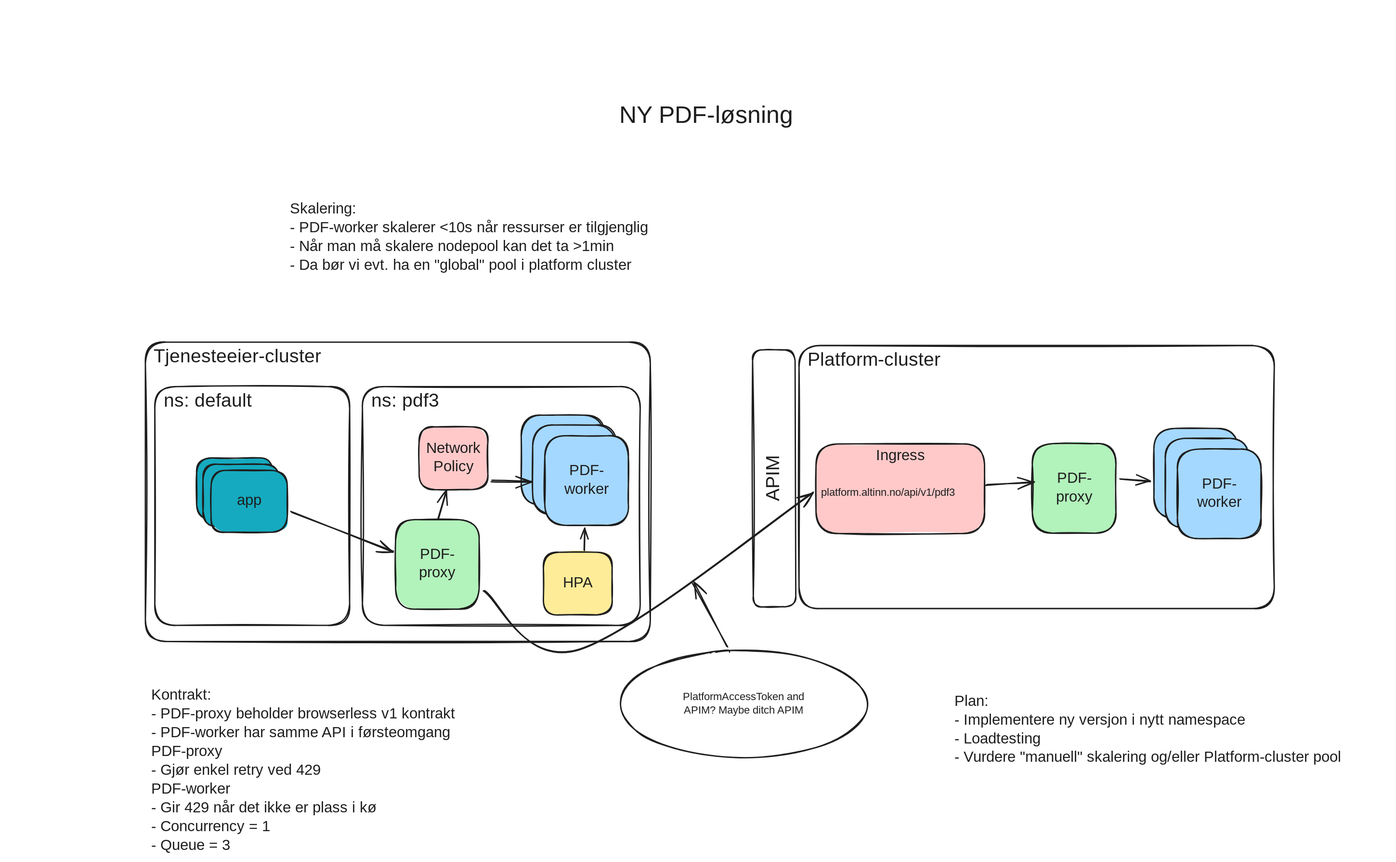
Above: docs/diagrams/new-pdf.excalidraw.svg in Altinn/altinn-studio (Excalidraw), before the change. Source tidied: one line per element, renumbered; positions are measured from the earlier drawing's top-left corner, leaving out a move shared by most shapes.
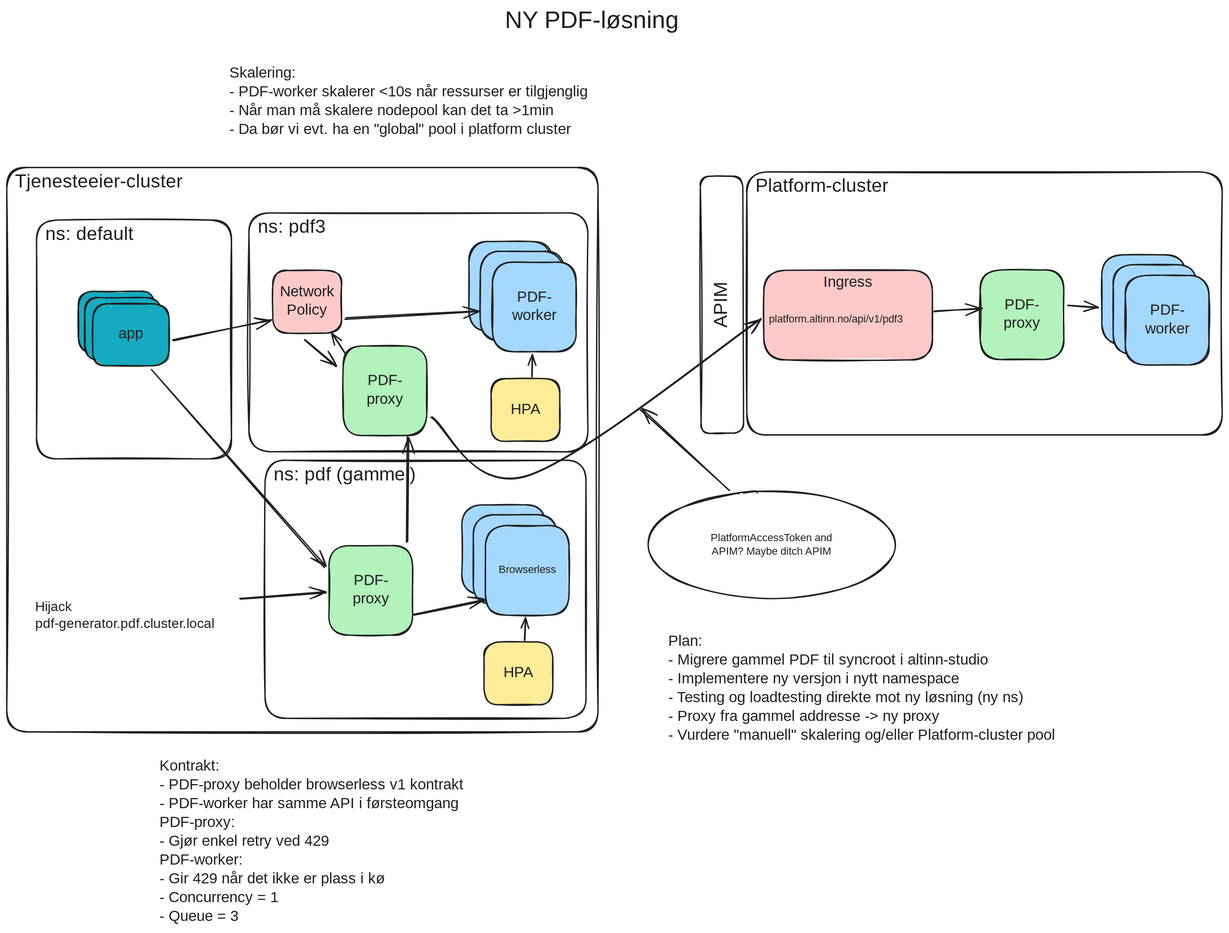
The same diagram one commit later.

Commit message:
simple scaffold based on experiment, update diagram

Change to the diagram source:
```diff
@@ -1,10 +1,10 @@
-{"id": 0, "type": "rectangle", "strokeColor": "#1e1e1e", "strokeWidth": 2, "roughness": 1, "round": true, "x": 0, "y": 357, "width": 749, "height": 444}
+{"id": 0, "type": "rectangle", "strokeColor": "#1e1e1e", "strokeWidth": 2, "roughness": 1, "round": true, "x": -128, "y": 356, "width": 877, "height": 837}
-{"id": 1, "type": "text", "text": " Tjenesteeier-cluster", "strokeColor": "#1e1e1e", "strokeWidth": 2, "roughness": 1, "fontSize": 28, "fontFamily": 5, "inside": 0, "x": 5, "y": 362, "width": 288, "height": 35}
+{"id": 1, "type": "text", "text": " Tjenesteeier-cluster", "strokeColor": "#1e1e1e", "strokeWidth": 2, "roughness": 1, "fontSize": 28, "fontFamily": 5, "inside": 0, "x": -123, "y": 361, "width": 288, "height": 35}
-{"id": 2, "type": "rectangle", "strokeColor": "#1e1e1e", "strokeWidth": 2, "roughness": 1, "round": true, "x": 322, "y": 423, "width": 412, "height": 354}
+{"id": 2, "type": "rectangle", "strokeColor": "#1e1e1e", "strokeWidth": 2, "roughness": 1, "round": true, "x": 231, "y": 423, "width": 503, "height": 354}
-{"id": 3, "type": "text", "text": " ns: pdf3", "strokeColor": "#1e1e1e", "strokeWidth": 2, "roughness": 1, "fontSize": 28, "fontFamily": 5, "inside": 2, "x": 327, "y": 428, "width": 123, "height": 35}
+{"id": 3, "type": "text", "text": " ns: pdf3", "strokeColor": "#1e1e1e", "strokeWidth": 2, "roughness": 1, "fontSize": 28, "fontFamily": 5, "inside": 2, "x": 236, "y": 428, "width": 123, "height": 35}
 {"id": 4, "type": "rectangle", "strokeColor": "#1e1e1e", "strokeWidth": 2, "roughness": 1, "round": true, "x": 970, "y": 362, "width": 705, "height": 390}
 {"id": 5, "type": "text", "text": " Platform-cluster", "strokeColor": "#1e1e1e", "strokeWidth": 2, "roughness": 1, "fontSize": 28, "fontFamily": 5, "inside": 4, "x": 975, "y": 367, "width": 234, "height": 35}
-{"id": 6, "type": "text", "text": "NY PDF-løsning", "strokeColor": "#1e1e1e", "strokeWidth": 2, "roughness": 1, "fontSize": 36, "fontFamily": 5, "x": 703, "y": 0, "width": 266, "height": 45}
+{"id": 6, "type": "text", "text": "NY PDF-løsning", "strokeColor": "#1e1e1e", "strokeWidth": 2, "roughness": 1, "fontSize": 36, "fontFamily": 5, "x": 611, "y": 117, "width": 266, "height": 45}
 {"id": 7, "type": "rectangle", "strokeColor": "#1e1e1e", "angle": 4.71, "strokeWidth": 2, "roughness": 1, "round": true, "x": 742, "y": 528, "width": 381, "height": 63}
 {"id": 8, "type": "text", "text": "APIM", "strokeColor": "#1e1e1e", "angle": 4.71, "strokeWidth": 2, "roughness": 1, "fontSize": 28, "fontFamily": 5, "textAlign": "center", "verticalAlign": "middle", "inside": 7, "x": 895, "y": 542, "width": 75, "height": 35}
 {"id": 9, "type": "rectangle", "strokeColor": "#1e1e1e", "backgroundColor": "#a5d8ff", "fillStyle": "solid", "strokeWidth": 2, "roughness": 1, "round": true, "x": 1496, "y": 485, "width": 124, "height": 133}
@@ -21,33 +21,52 @@
 {"id": 20, "type": "text", "text": "PDF-\nworker", "strokeColor": "#1e1e1e", "strokeWidth": 2, "roughness": 1, "fontSize": 22.01, "fontFamily": 5, "textAlign": "center", "verticalAlign": "middle", "inside": 19, "x": 601, "y": 519, "width": 70, "height": 55}
 {"id": 21, "type": "rectangle", "strokeColor": "#1e1e1e", "backgroundColor": "#a5d8ff", "fillStyle": "solid", "strokeWidth": 2, "roughness": 1, "round": true, "x": 592, "y": 496, "width": 124, "height": 133}
 {"id": 22, "type": "text", "text": "PDF-\nworker", "strokeColor": "#1e1e1e", "strokeWidth": 2, "roughness": 1, "fontSize": 22.01, "fontFamily": 5, "textAlign": "center", "verticalAlign": "middle", "inside": 21, "x": 619, "y": 535, "width": 70, "height": 55}
-{"id": 23, "type": "rectangle", "strokeColor": "#1e1e1e", "backgroundColor": "#ffc9c9", "fillStyle": "solid", "strokeWidth": 2, "roughness": 1, "round": true, "x": 406, "y": 483, "width": 102, "height": 93}
+{"id": 23, "type": "rectangle", "strokeColor": "#1e1e1e", "backgroundColor": "#ffc9c9", "fillStyle": "solid", "strokeWidth": 2, "roughness": 1, "round": true, "x": 267, "y": 508, "width": 102, "height": 93}
-{"id": 24, "type": "text", "text": "Network\nPolicy", "strokeColor": "#1e1e1e", "strokeWidth": 2, "roughness": 1, "fontSize": 22.01, "fontFamily": 5, "textAlign": "center", "verticalAlign": "middle", "inside": 23, "x": 414, "y": 502, "width": 87, "height": 55}
+{"id": 24, "type": "text", "text": "Network\nPolicy", "strokeColor": "#1e1e1e", "strokeWidth": 2, "roughness": 1, "fontSize": 22.01, "fontFamily": 5, "textAlign": "center", "verticalAlign": "middle", "inside": 23, "x": 274, "y": 527, "width": 87, "height": 55}
-{"id": 25, "type": "arrow", "strokeColor": "#1e1e1e", "backgroundColor": "#ffc9c9", "fillStyle": "solid", "strokeWidth": 2, "roughness": 1, "endArrowhead": "arrow", "round": true, "from": 15, "to": 23, "x": 435, "y": 619, "width": 13, "height": 43, "points": [[0, 0], [13, -43]]}
+{"id": 25, "type": "arrow", "strokeColor": "#1e1e1e", "backgroundColor": "#ffc9c9", "fillStyle": "solid", "strokeWidth": 2, "roughness": 1, "endArrowhead": "arrow", "round": true, "from": 15, "to": 23, "x": 375, "y": 632, "width": 20, "height": 30, "points": [[0, 0], [-20, -30]]}
-{"id": 26, "type": "arrow", "strokeColor": "#1e1e1e", "backgroundColor": "#ffc9c9", "fillStyle": "solid", "strokeWidth": 2, "roughness": 1, "endArrowhead": "arrow", "round": true, "from": 23, "to": 21, "x": 514, "y": 562, "width": 60, "height": 2, "points": [[0, 0], [60, 2]]}
+{"id": 26, "type": "arrow", "strokeColor": "#1e1e1e", "backgroundColor": "#ffc9c9", "fillStyle": "solid", "strokeWidth": 2, "roughness": 1, "endArrowhead": "arrow", "round": true, "from": 23, "to": 21, "x": 375, "y": 579, "width": 199, "height": 10, "points": [[0, 0], [199, -10]]}
 {"id": 27, "type": "rectangle", "strokeColor": "#1e1e1e", "backgroundColor": "#ffc9c9", "fillStyle": "solid", "strokeWidth": 2, "roughness": 1, "round": true, "x": 995, "y": 508, "width": 250, "height": 133}
 {"id": 28, "type": "text", "text": "Ingress", "strokeColor": "#1e1e1e", "strokeWidth": 2, "roughness": 1, "fontSize": 22.01, "fontFamily": 5, "textAlign": "center", "inside": 27, "x": 1080, "y": 513, "width": 80, "height": 28}
 {"id": 29, "type": "text", "text": "platform.altinn.no/api/v1/pdf3", "strokeColor": "#1e1e1e", "backgroundColor": "#ffc9c9", "fillStyle": "solid", "strokeWidth": 2, "roughness": 1, "fontSize": 16, "fontFamily": 5, "x": 1003, "y": 571, "width": 236, "height": 20}
-{"id": 30, "type": "rectangle", "strokeColor": "#1e1e1e", "strokeWidth": 2, "roughness": 1, "round": true, "x": 14, "y": 423, "width": 289, "height": 354}
+{"id": 30, "type": "rectangle", "strokeColor": "#1e1e1e", "strokeWidth": 2, "roughness": 1, "round": true, "x": -84, "y": 433, "width": 289, "height": 354}
-{"id": 31, "type": "text", "text": " ns: default", "strokeColor": "#1e1e1e", "strokeWidth": 2, "roughness": 1, "fontSize": 28, "fontFamily": 5, "inside": 30, "x": 19, "y": 428, "width": 159, "height": 35}
+{"id": 31, "type": "text", "text": " ns: default", "strokeColor": "#1e1e1e", "strokeWidth": 2, "roughness": 1, "fontSize": 28, "fontFamily": 5, "inside": 30, "x": -79, "y": 438, "width": 159, "height": 35}
-{"id": 32, "type": "rectangle", "strokeColor": "#1e1e1e", "backgroundColor": "#15aabf", "fillStyle": "solid", "strokeWidth": 2, "roughness": 1, "round": true, "x": 76, "y": 529, "width": 113, "height": 92}
+{"id": 32, "type": "rectangle", "strokeColor": "#1e1e1e", "backgroundColor": "#15aabf", "fillStyle": "solid", "strokeWidth": 2, "roughness": 1, "round": true, "x": -22, "y": 539, "width": 113, "height": 92}
-{"id": 33, "type": "text", "text": "app", "strokeColor": "#1e1e1e", "strokeWidth": 2, "roughness": 1, "fontSize": 22.01, "fontFamily": 5, "textAlign": "center", "verticalAlign": "middle", "inside": 32, "x": 114, "y": 561, "width": 36, "height": 28}
+{"id": 33, "type": "text", "text": "app", "strokeColor": "#1e1e1e", "strokeWidth": 2, "roughness": 1, "fontSize": 22.01, "fontFamily": 5, "textAlign": "center", "verticalAlign": "middle", "inside": 32, "x": 17, "y": 571, "width": 36, "height": 28}
-{"id": 34, "type": "rectangle", "strokeColor": "#1e1e1e", "backgroundColor": "#15aabf", "fillStyle": "solid", "strokeWidth": 2, "roughness": 1, "round": true, "x": 86, "y": 538, "width": 113, "height": 92}
+{"id": 34, "type": "rectangle", "strokeColor": "#1e1e1e", "backgroundColor": "#15aabf", "fillStyle": "solid", "strokeWidth": 2, "roughness": 1, "round": true, "x": -12, "y": 549, "width": 113, "height": 92}
-{"id": 35, "type": "text", "text": "app", "strokeColor": "#1e1e1e", "strokeWidth": 2, "roughness": 1, "fontSize": 22.01, "fontFamily": 5, "textAlign": "center", "verticalAlign": "middle", "inside": 34, "x": 124, "y": 570, "width": 36, "height": 28}
+{"id": 35, "type": "text", "text": "app", "strokeColor": "#1e1e1e", "strokeWidth": 2, "roughness": 1, "fontSize": 22.01, "fontFamily": 5, "textAlign": "center", "verticalAlign": "middle", "inside": 34, "x": 26, "y": 581, "width": 36, "height": 28}
-{"id": 36, "type": "rectangle", "strokeColor": "#1e1e1e", "backgroundColor": "#15aabf", "fillStyle": "solid", "strokeWidth": 2, "roughness": 1, "round": true, "x": 98, "y": 547, "width": 113, "height": 92}
+{"id": 36, "type": "rectangle", "strokeColor": "#1e1e1e", "backgroundColor": "#15aabf", "fillStyle": "solid", "strokeWidth": 2, "roughness": 1, "round": true, "x": 0, "y": 558, "width": 113, "height": 92}
-{"id": 37, "type": "text", "text": "app", "strokeColor": "#1e1e1e", "strokeWidth": 2, "roughness": 1, "fontSize": 22.01, "fontFamily": 5, "textAlign": "center", "verticalAlign": "middle", "inside": 36, "x": 136, "y": 579, "width": 36, "height": 28}
+{"id": 37, "type": "text", "text": "app", "strokeColor": "#1e1e1e", "strokeWidth": 2, "roughness": 1, "fontSize": 22.01, "fontFamily": 5, "textAlign": "center", "verticalAlign": "middle", "inside": 36, "x": 38, "y": 590, "width": 36, "height": 28}
-{"id": 38, "type": "arrow", "strokeColor": "#1e1e1e", "backgroundColor": "#15aabf", "fillStyle": "solid", "strokeWidth": 2, "roughness": 1, "endArrowhead": "arrow", "round": true, "from": 36, "to": 15, "x": 217, "y": 610, "width": 150, "height": 58, "points": [[0, 0], [150, 58]]}
+{"id": 38, "type": "arrow", "strokeColor": "#1e1e1e", "backgroundColor": "#15aabf", "fillStyle": "solid", "strokeWidth": 2, "roughness": 1, "endArrowhead": "arrow", "round": true, "from": 36, "to": 23, "x": 119, "y": 613, "width": 144, "height": 32, "points": [[0, 0], [144, -32]]}
 {"id": 39, "type": "arrow", "strokeColor": "#1e1e1e", "backgroundColor": "#15aabf", "fillStyle": "solid", "strokeWidth": 2, "roughness": 1, "endArrowhead": "arrow", "round": true, "from": 15, "to": 27, "x": 502, "y": 725, "width": 488, "height": 234, "points": [[0, 0], [140, 89], [488, -145]]}
-{"id": 40, "type": "ellipse", "strokeColor": "#1e1e1e", "strokeWidth": 2, "roughness": 1, "round": true, "x": 704, "y": 814, "width": 367, "height": 160}
+{"id": 40, "type": "ellipse", "strokeColor": "#1e1e1e", "strokeWidth": 2, "roughness": 1, "round": true, "x": 823, "y": 835, "width": 367, "height": 160}
-{"id": 41, "type": "text", "text": "PlatformAccessToken and\nAPIM? Maybe ditch APIM", "strokeColor": "#1e1e1e", "strokeWidth": 2, "roughness": 1, "fontSize": 16, "fontFamily": 5, "textAlign": "center", "verticalAlign": "middle", "inside": 40, "x": 786, "y": 874, "width": 202, "height": 40}
+{"id": 41, "type": "text", "text": "PlatformAccessToken and\nAPIM? Maybe ditch APIM", "strokeColor": "#1e1e1e", "strokeWidth": 2, "roughness": 1, "fontSize": 16, "fontFamily": 5, "textAlign": "center", "verticalAlign": "middle", "inside": 40, "x": 905, "y": 895, "width": 202, "height": 40}
-{"id": 42, "type": "arrow", "strokeColor": "#1e1e1e", "strokeWidth": 2, "roughness": 1, "endArrowhead": "arrow", "round": true, "from": 40, "x": 864, "y": 809, "width": 51, "height": 95, "points": [[0, 0], [-51, -95]]}
+{"id": 42, "type": "arrow", "strokeColor": "#1e1e1e", "strokeWidth": 2, "roughness": 1, "endArrowhead": "arrow", "round": true, "from": 40, "x": 944, "y": 834, "width": 132, "height": 120, "points": [[0, 0], [-132, -120]]}
-{"id": 43, "type": "text", "text": "Skalering:\n- PDF-worker skalerer <10s når ressurser er tilgjenglig\n- Når man må skalere nodepool kan det ta >1min\n- Da bør vi evt. ha en \"global\" pool i platform cluster", "strokeColor": "#1e1e1e", "strokeWidth": 2, "roughness": 1, "fontSize": 22.23, "fontFamily": 5, "x": 214, "y": 147, "width": 630, "height": 111}
+{"id": 43, "type": "text", "text": "Skalering:\n- PDF-worker skalerer <10s når ressurser er tilgjenglig\n- Når man må skalere nodepool kan det ta >1min\n- Da bør vi evt. ha en \"global\" pool i platform cluster", "strokeColor": "#1e1e1e", "strokeWidth": 2, "roughness": 1, "fontSize": 22.23, "fontFamily": 5, "x": 203, "y": 203, "width": 630, "height": 111}
 {"id": 44, "type": "rectangle", "strokeColor": "#1e1e1e", "backgroundColor": "#ffec99", "fillStyle": "solid", "strokeWidth": 2, "roughness": 1, "round": true, "x": 590, "y": 668, "width": 102, "height": 93}
 {"id": 45, "type": "text", "text": "HPA", "strokeColor": "#1e1e1e", "strokeWidth": 2, "roughness": 1, "fontSize": 22.01, "fontFamily": 5, "textAlign": "center", "verticalAlign": "middle", "inside": 44, "x": 621, "y": 701, "width": 40, "height": 28}
 {"id": 46, "type": "arrow", "strokeColor": "#1e1e1e", "strokeWidth": 2, "roughness": 1, "endArrowhead": "arrow", "round": true, "from": 44, "to": 21, "x": 651, "y": 666, "width": 1, "height": 33, "points": [[0, 0], [1, -33]]}
-{"id": 47, "type": "text", "text": "Kontrakt:\n- PDF-proxy beholder browserless v1 kontrakt\n- PDF-worker har samme API i førsteomgang\nPDF-proxy\n- Gjør enkel retry ved 429\nPDF-worker\n- Gir 429 når det ikke er plass i kø\n- Concurrency = 1\n- Queue = 3", "strokeColor": "#1e1e1e", "strokeWidth": 2, "roughness": 1, "fontSize": 22.23, "fontFamily": 5, "x": 9, "y": 868, "width": 630, "height": 250}
+{"id": 47, "type": "text", "text": "Kontrakt:\n- PDF-proxy beholder browserless v1 kontrakt\n- PDF-worker har samme API i førsteomgang\nPDF-proxy:\n- Gjør enkel retry ved 429\nPDF-worker:\n- Gir 429 når det ikke er plass i kø\n- Concurrency = 1\n- Queue = 3", "strokeColor": "#1e1e1e", "strokeWidth": 2, "roughness": 1, "fontSize": 22.23, "fontFamily": 5, "x": 99, "y": 1230, "width": 630, "height": 250}
 {"id": 48, "type": "rectangle", "strokeColor": "#1e1e1e", "backgroundColor": "#b2f2bb", "fillStyle": "solid", "strokeWidth": 2, "roughness": 1, "round": true, "x": 1316, "y": 507, "width": 124, "height": 133}
 {"id": 49, "type": "text", "text": "PDF-\nproxy", "strokeColor": "#1e1e1e", "strokeWidth": 2, "roughness": 1, "fontSize": 22.01, "fontFamily": 5, "textAlign": "center", "verticalAlign": "middle", "inside": 48, "x": 1349, "y": 546, "width": 58, "height": 55}
 {"id": 50, "type": "arrow", "strokeColor": "#1e1e1e", "backgroundColor": "#ffec99", "fillStyle": "solid", "strokeWidth": 2, "roughness": 1, "endArrowhead": "arrow", "round": true, "from": 29, "to": 48, "x": 1247, "y": 569, "width": 72, "height": 5, "points": [[0, 0], [72, -5]]}
 {"id": 51, "type": "arrow", "strokeColor": "#1e1e1e", "backgroundColor": "#ffec99", "fillStyle": "solid", "strokeWidth": 2, "roughness": 1, "endArrowhead": "arrow", "round": true, "from": 48, "to": 11, "x": 1446, "y": 560, "width": 44, "height": 3, "points": [[0, 0], [44, 3]]}
-{"id": 52, "type": "text", "text": "Plan:\n- Implementere ny versjon i nytt namespace\n- Loadtesting\n- Vurdere \"manuell\" skalering og/eller Platform-cluster pool", "strokeColor": "#1e1e1e", "strokeWidth": 2, "roughness": 1, "fontSize": 22.23, "fontFamily": 5, "x": 1200, "y": 877, "width": 645, "height": 111}
+{"id": 52, "type": "text", "text": "Plan:\n- Migrere gammel PDF til syncroot i altinn-studio\n- Implementere ny versjon i nytt namespace\n- Testing og loadtesting direkte mot ny løsning (ny ns)\n- Proxy fra gammel addresse -> ny proxy\n- Vurdere \"manuell\" skalering og/eller Platform-cluster pool", "strokeColor": "#1e1e1e", "strokeWidth": 2, "roughness": 1, "fontSize": 22.23, "fontFamily": 5, "x": 853, "y": 1045, "width": 645, "height": 167}
+{"id": 53, "type": "rectangle", "strokeColor": "#1e1e1e", "strokeWidth": 2, "roughness": 1, "round": true, "x": 255, "y": 790, "width": 476, "height": 383}
+{"id": 54, "type": "text", "text": " ns: pdf (gammel)", "strokeColor": "#1e1e1e", "strokeWidth": 2, "roughness": 1, "fontSize": 28, "fontFamily": 5, "inside": 53, "x": 260, "y": 795, "width": 231, "height": 35}
+{"id": 55, "type": "rectangle", "strokeColor": "#1e1e1e", "backgroundColor": "#a5d8ff", "fillStyle": "solid", "strokeWidth": 2, "roughness": 1, "round": true, "x": 547, "y": 856, "width": 124, "height": 133}
+{"id": 56, "type": "text", "text": "PDF-\nworker", "strokeColor": "#1e1e1e", "strokeWidth": 2, "roughness": 1, "fontSize": 22.01, "fontFamily": 5, "textAlign": "center", "verticalAlign": "middle", "inside": 55, "x": 574, "y": 895, "width": 70, "height": 55}
+{"id": 57, "type": "rectangle", "strokeColor": "#1e1e1e", "backgroundColor": "#a5d8ff", "fillStyle": "solid", "strokeWidth": 2, "roughness": 1, "round": true, "x": 564, "y": 870, "width": 124, "height": 133}
+{"id": 58, "type": "text", "text": "PDF-\nworker", "strokeColor": "#1e1e1e", "strokeWidth": 2, "roughness": 1, "fontSize": 22.01, "fontFamily": 5, "textAlign": "center", "verticalAlign": "middle", "inside": 57, "x": 591, "y": 909, "width": 70, "height": 55}
+{"id": 59, "type": "rectangle", "strokeColor": "#1e1e1e", "backgroundColor": "#a5d8ff", "fillStyle": "solid", "strokeWidth": 2, "roughness": 1, "round": true, "x": 582, "y": 886, "width": 124, "height": 133}
+{"id": 60, "type": "text", "text": "Browserless", "strokeColor": "#1e1e1e", "strokeWidth": 2, "roughness": 1, "fontSize": 16, "fontFamily": 5, "textAlign": "center", "verticalAlign": "middle", "inside": 59, "x": 598, "y": 943, "width": 93, "height": 20}
+{"id": 61, "type": "rectangle", "strokeColor": "#1e1e1e", "backgroundColor": "#ffec99", "fillStyle": "solid", "strokeWidth": 2, "roughness": 1, "round": true, "x": 580, "y": 1059, "width": 102, "height": 93}
+{"id": 62, "type": "text", "text": "HPA", "strokeColor": "#1e1e1e", "strokeWidth": 2, "roughness": 1, "fontSize": 22.01, "fontFamily": 5, "textAlign": "center", "verticalAlign": "middle", "inside": 61, "x": 611, "y": 1092, "width": 40, "height": 28}
+{"id": 63, "type": "arrow", "strokeColor": "#1e1e1e", "strokeWidth": 2, "roughness": 1, "endArrowhead": "arrow", "round": true, "from": 61, "to": 59, "x": 640, "y": 1056, "width": 1, "height": 33, "points": [[0, 0], [1, -33]]}
+{"id": 64, "type": "rectangle", "strokeColor": "#1e1e1e", "backgroundColor": "#b2f2bb", "fillStyle": "solid", "strokeWidth": 2, "roughness": 1, "round": true, "x": 350, "y": 916, "width": 124, "height": 133}
+{"id": 65, "type": "text", "text": "PDF-\nproxy", "strokeColor": "#1e1e1e", "strokeWidth": 2, "roughness": 1, "fontSize": 22.01, "fontFamily": 5, "textAlign": "center", "verticalAlign": "middle", "inside": 64, "x": 383, "y": 955, "width": 58, "height": 55}
+{"id": 66, "type": "text", "text": "Hijack \npdf-generator.pdf.cluster.local", "strokeColor": "#1e1e1e", "strokeWidth": 2, "roughness": 1, "fontSize": 20, "fontFamily": 5, "x": -86, "y": 995, "width": 297, "height": 50}
+{"id": 67, "type": "arrow", "strokeColor": "#1e1e1e", "strokeWidth": 2, "roughness": 1, "endArrowhead": "arrow", "round": true, "from": 66, "to": 64, "x": 219, "y": 995, "width": 127, "height": 10, "points": [[0, 0], [127, -10]]}
+{"id": 68, "type": "arrow", "strokeColor": "#1e1e1e", "strokeWidth": 2, "roughness": 1, "endArrowhead": "arrow", "round": true, "from": 64, "to": 59, "x": 475, "y": 1019, "width": 107, "height": 23, "points": [[0, 0], [107, -23]]}
+{"id": 69, "type": "arrow", "strokeColor": "#1e1e1e", "strokeWidth": 2, "roughness": 1, "endArrowhead": "arrow", "round": true, "from": 64, "to": 15, "x": 466, "y": 910, "width": 1, "height": 155, "points": [[0, 0], [1, -155]]}
+{"id": 70, "type": "arrow", "strokeColor": "#1e1e1e", "strokeWidth": 2, "roughness": 1, "endArrowhead": "arrow", "round": true, "from": 36, "to": 64, "x": 87, "y": 656, "width": 257, "height": 292, "points": [[0, 0], [257, 292]]}
+{"id": 71, "type": "arrow", "strokeColor": "#1e1e1e", "strokeWidth": 2, "roughness": 1, "endArrowhead": "arrow", "round": true, "from": 23, "to": 15, "x": 314, "y": 611, "width": 46, "height": 39, "points": [[0, 0], [46, 39]]}
```
